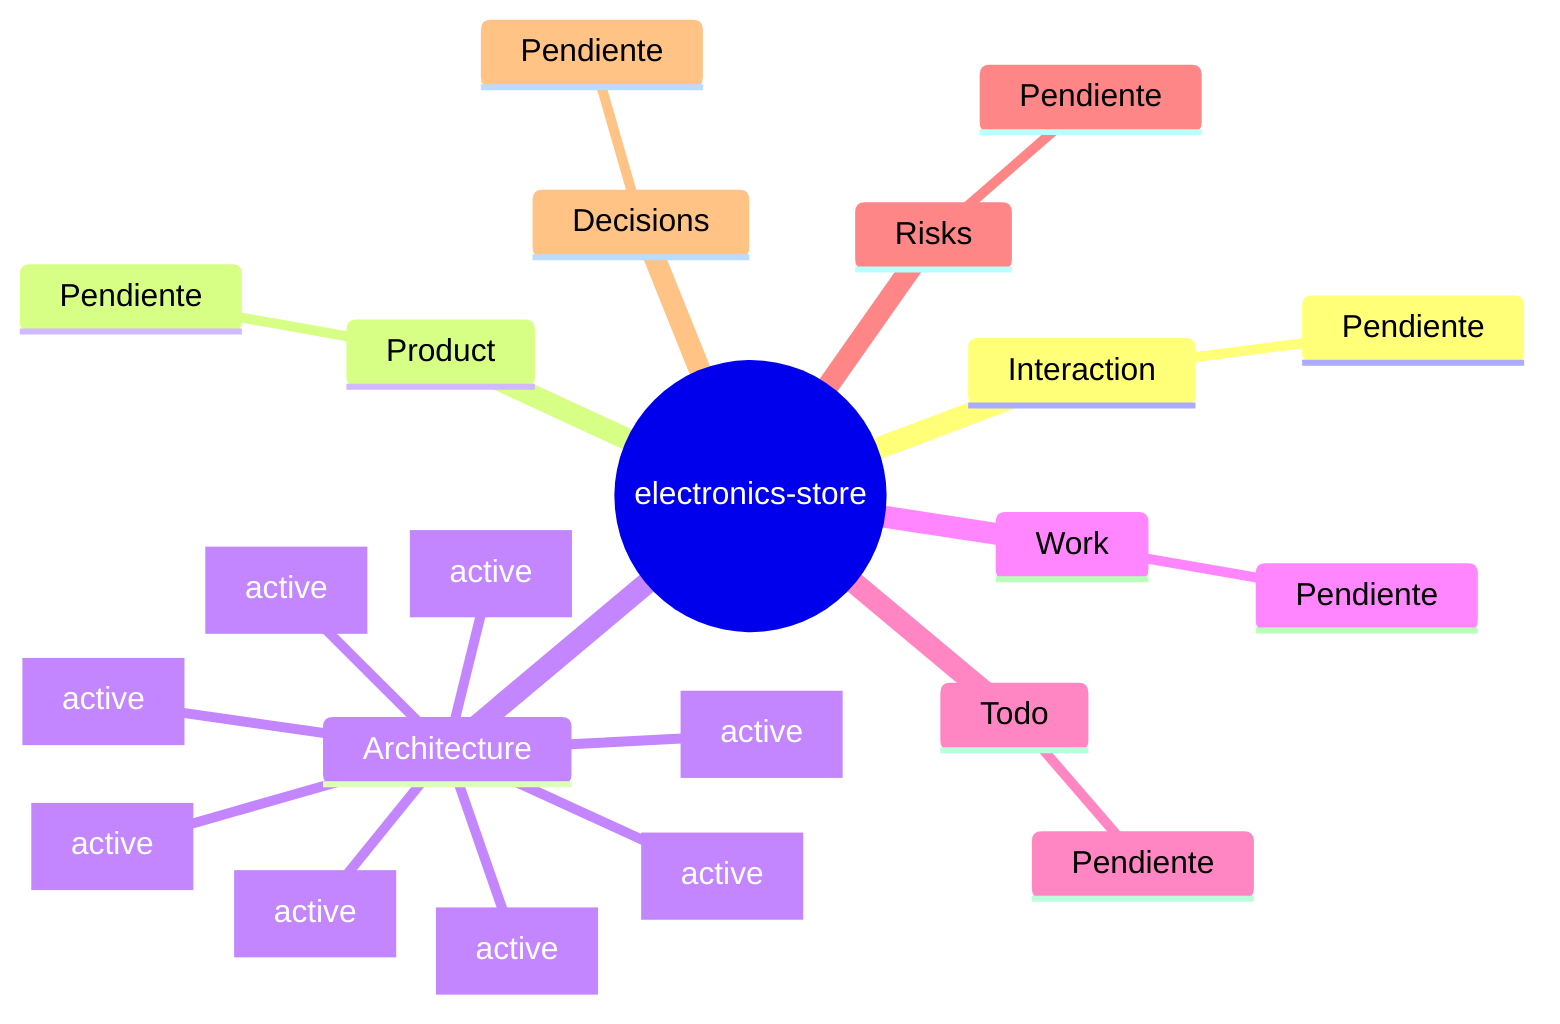
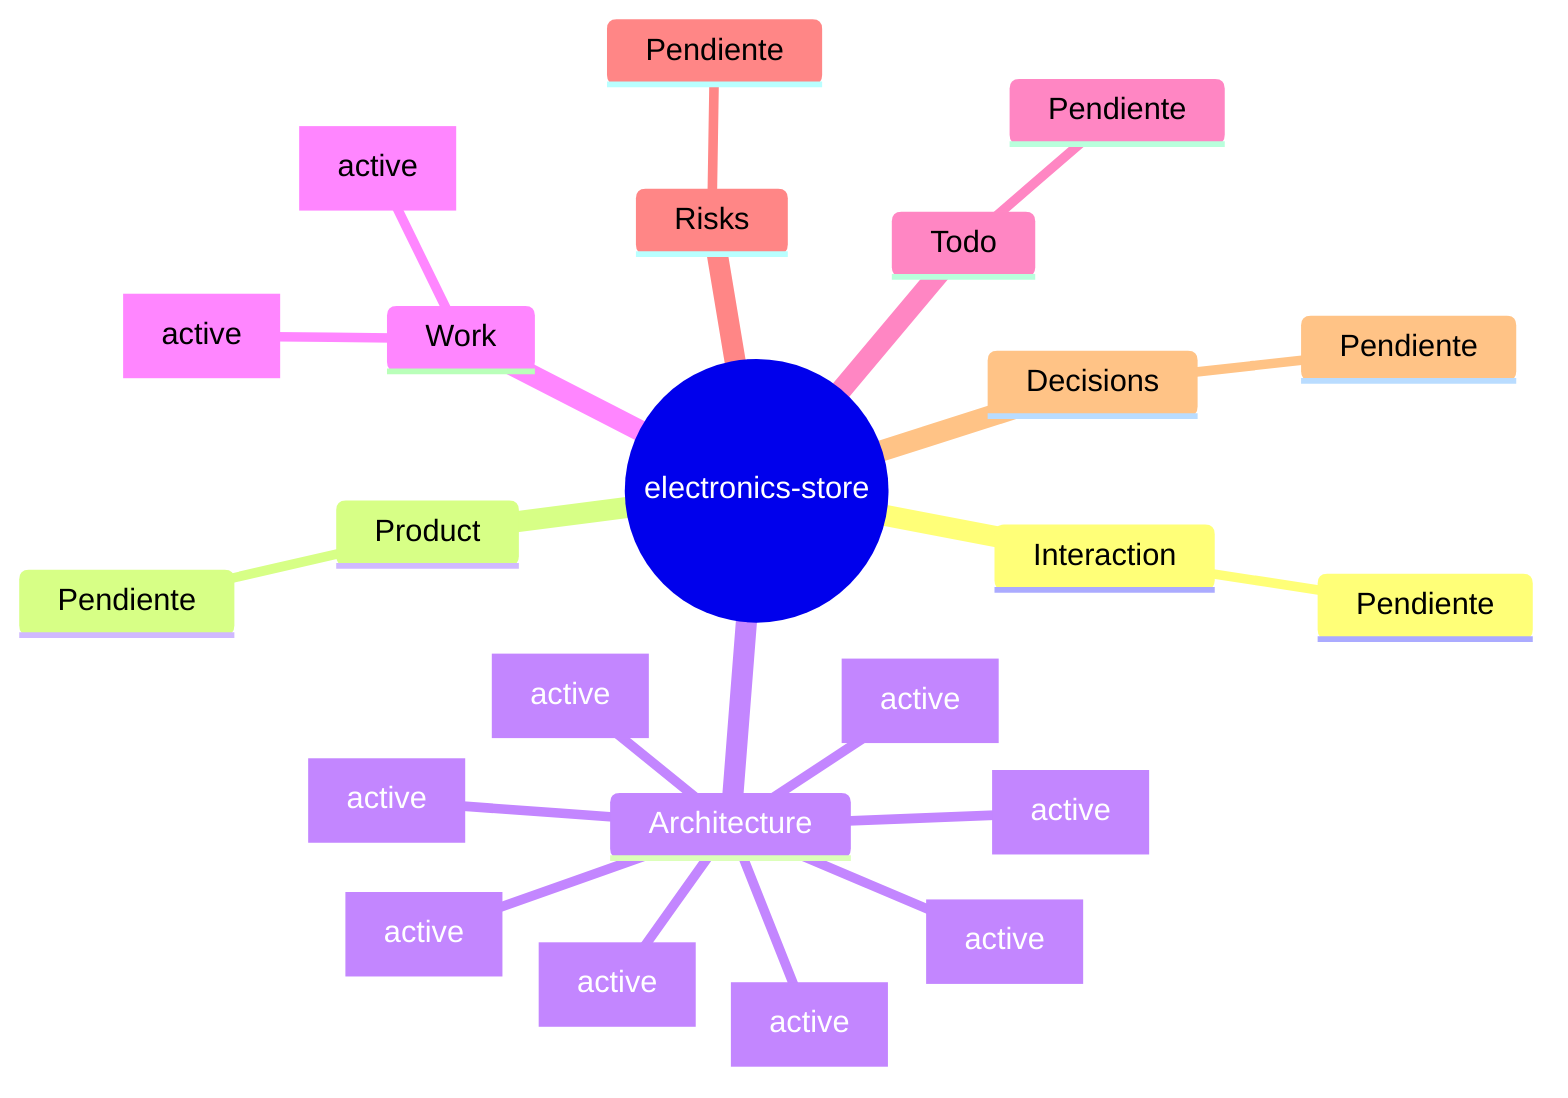
mindmap
  root((electronics-store))
    Interaction
      Pendiente
    Product
      Pendiente
    Architecture
      .env [active]
      .env.example [active]
      .gitignore [active]
      AGENTS.md [active]
      CLAUDE.md [active]
      README.md [active]
      eslint.config.mjs [active]
      middleware.ts [active]
    Work
-       Pendiente
+       Google store admin access [active]
+       Store security and caching pass [active]
    Todo
      Pendiente
    Risks
      Pendiente
    Decisions
      Pendiente
